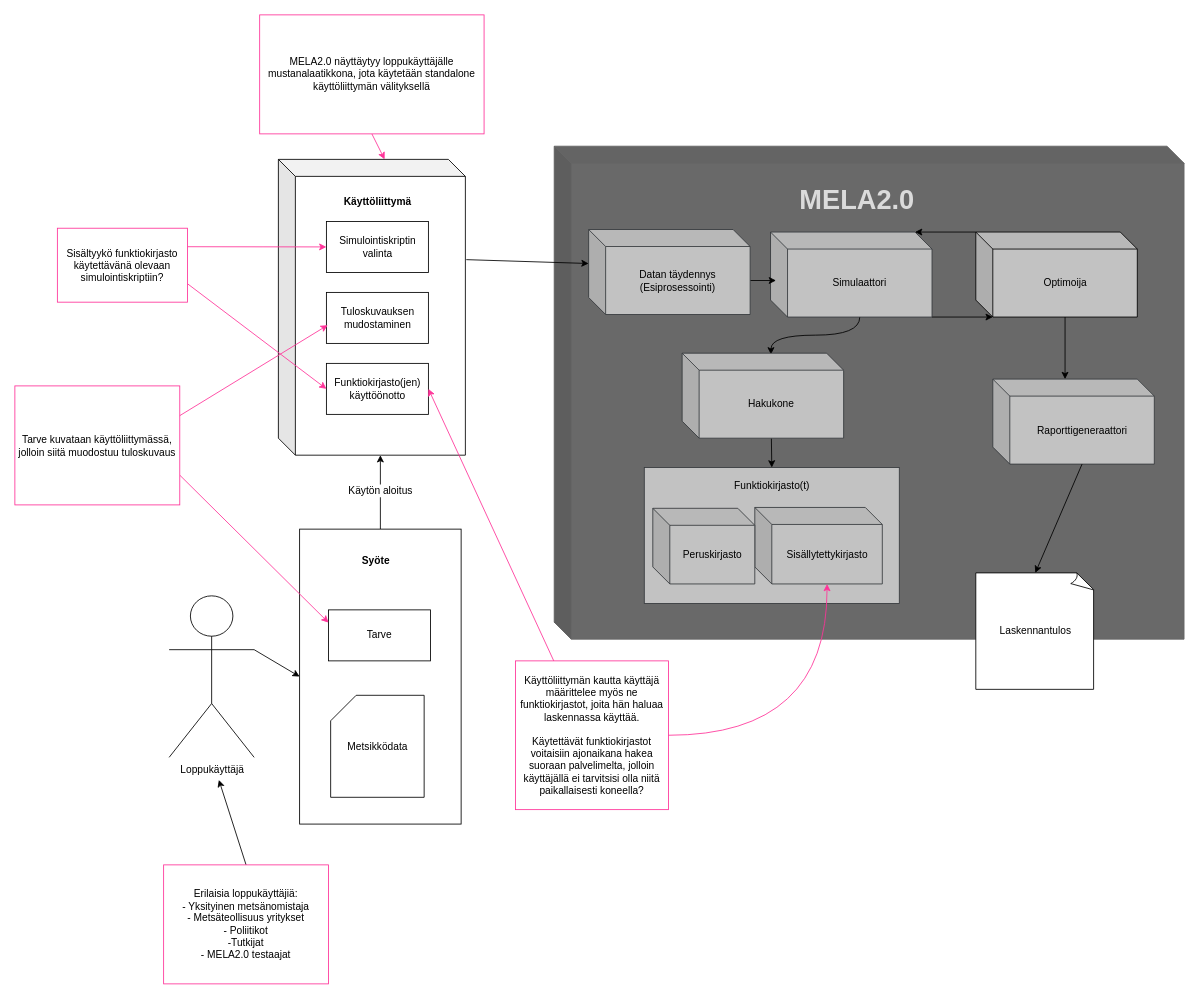
R1pe/MELA2.0-Users keeps this draw.io diagram as Figures/Loppukayttaja.drawio. Above is the earlier version. Source tidied: cells renumbered, new cells numbered last; positions are measured from the earlier drawing's top-left corner, leaving out a move shared by most shapes. Both pictures are drawn from the tidied source at 85%, with x=0, y=0 at pixel (14, 14).
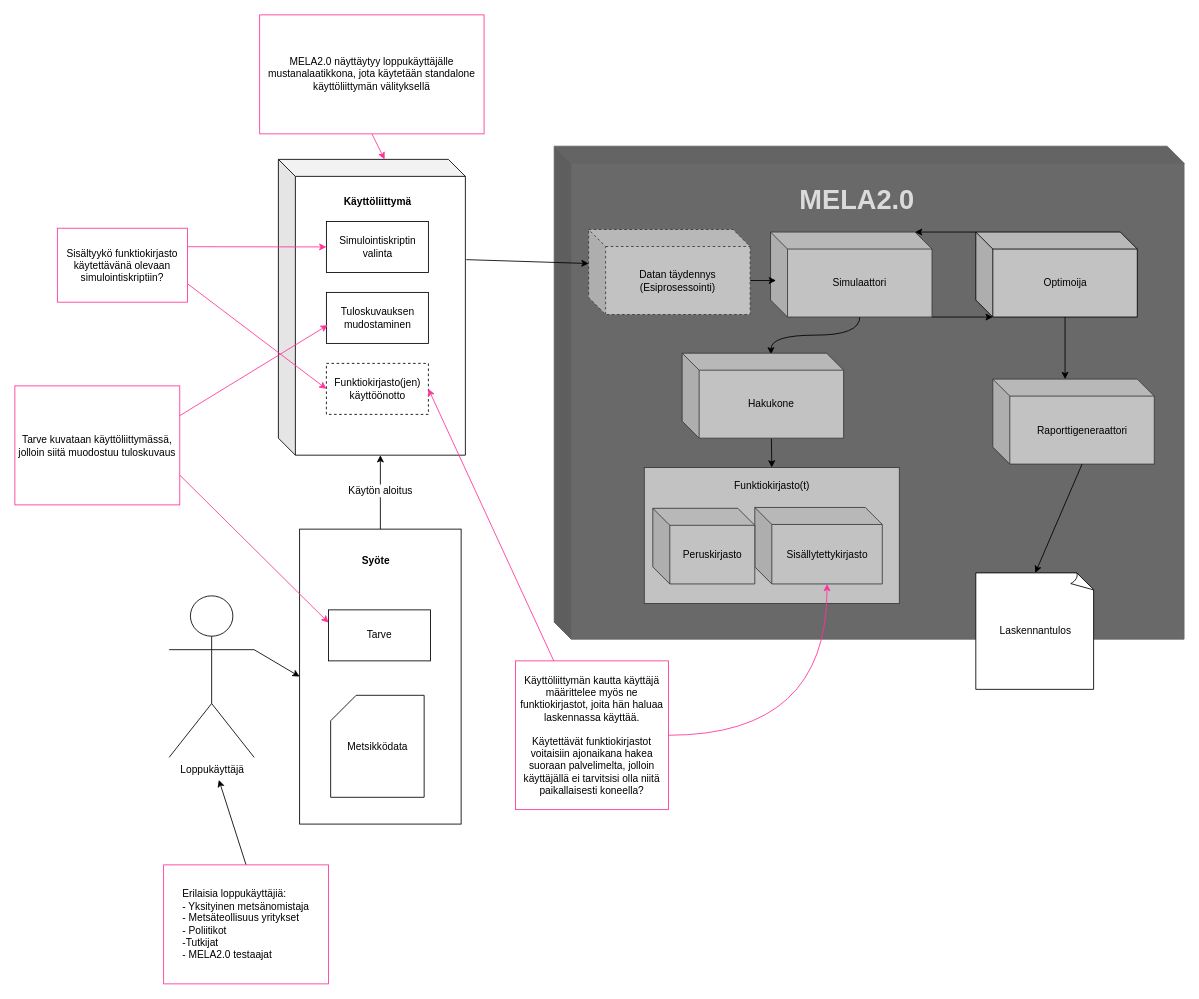
Above is the later version.

What changed in the source:
```diff
@@
-    <mxCell id="30" value="&lt;div style=&quot;font-size: 12px;&quot;&gt;Datan täydennys&lt;/div&gt;&lt;div style=&quot;font-size: 12px;&quot;&gt;(Esiprosessointi)&lt;br style=&quot;font-size: 12px;&quot;&gt;&lt;/div&gt;" style="shape=cube;whiteSpace=wrap;html=1;boundedLbl=1;backgroundOutline=1;darkOpacity=0.05;darkOpacity2=0.1;fontSize=12;fillColor=#C2C2C2;strokeColor=#36393d;" parent="1" vertex="1">
+    <mxCell id="30" value="&lt;div style=&quot;font-size: 12px;&quot;&gt;Datan täydennys&lt;/div&gt;&lt;div style=&quot;font-size: 12px;&quot;&gt;(Esiprosessointi)&lt;br style=&quot;font-size: 12px;&quot;&gt;&lt;/div&gt;" style="shape=cube;whiteSpace=wrap;html=1;boundedLbl=1;backgroundOutline=1;darkOpacity=0.05;darkOpacity2=0.1;fontSize=12;fillColor=#C2C2C2;strokeColor=#36393d;dashed=1;" parent="1" vertex="1">
       <mxGeometry x="675" y="252.5" width="190" height="100" as="geometry" />
     </mxCell>
@@
-    <mxCell id="40" value="Funktiokirjasto(jen) käyttöönotto" style="rounded=0;whiteSpace=wrap;html=1;fontSize=12;" parent="1" vertex="1">
+    <mxCell id="40" value="Funktiokirjasto(jen) käyttöönotto" style="rounded=0;whiteSpace=wrap;html=1;fontSize=12;dashed=1;" parent="1" vertex="1">
       <mxGeometry x="366.5" y="410" width="120" height="60" as="geometry" />
     </mxCell>
@@
-    <mxCell id="49" value="&lt;div&gt;Erilaisia loppukäyttäjiä:&lt;/div&gt;&lt;div&gt;- Yksityinen metsänomistaja&lt;/div&gt;&lt;div&gt;- Metsäteollisuus yritykset&lt;/div&gt;&lt;div&gt;- Poliitikot&lt;/div&gt;&lt;div&gt;-Tutkijat&lt;/div&gt;&lt;div&gt;- MELA2.0 testaajat&lt;br&gt;&lt;/div&gt;" style="text;html=1;align=center;verticalAlign=middle;whiteSpace=wrap;rounded=0;fontSize=12;strokeColor=#FF3399;fillColor=#ffffff;" parent="1" vertex="1">
+    <mxCell id="49" value="&lt;div align=&quot;left&quot;&gt;Erilaisia loppukäyttäjiä:&lt;/div&gt;&lt;div align=&quot;left&quot;&gt;- Yksityinen metsänomistaja&lt;/div&gt;&lt;div align=&quot;left&quot;&gt;- Metsäteollisuus yritykset&lt;/div&gt;&lt;div align=&quot;left&quot;&gt;- Poliitikot&lt;/div&gt;&lt;div align=&quot;left&quot;&gt;-Tutkijat&lt;/div&gt;&lt;div align=&quot;left&quot;&gt;- MELA2.0 testaajat&lt;br&gt;&lt;/div&gt;" style="text;html=1;align=center;verticalAlign=middle;whiteSpace=wrap;rounded=0;fontSize=12;strokeColor=#FF3399;fillColor=#ffffff;" parent="1" vertex="1">
       <mxGeometry x="175" y="1000" width="194" height="140" as="geometry" />
     </mxCell>
```
